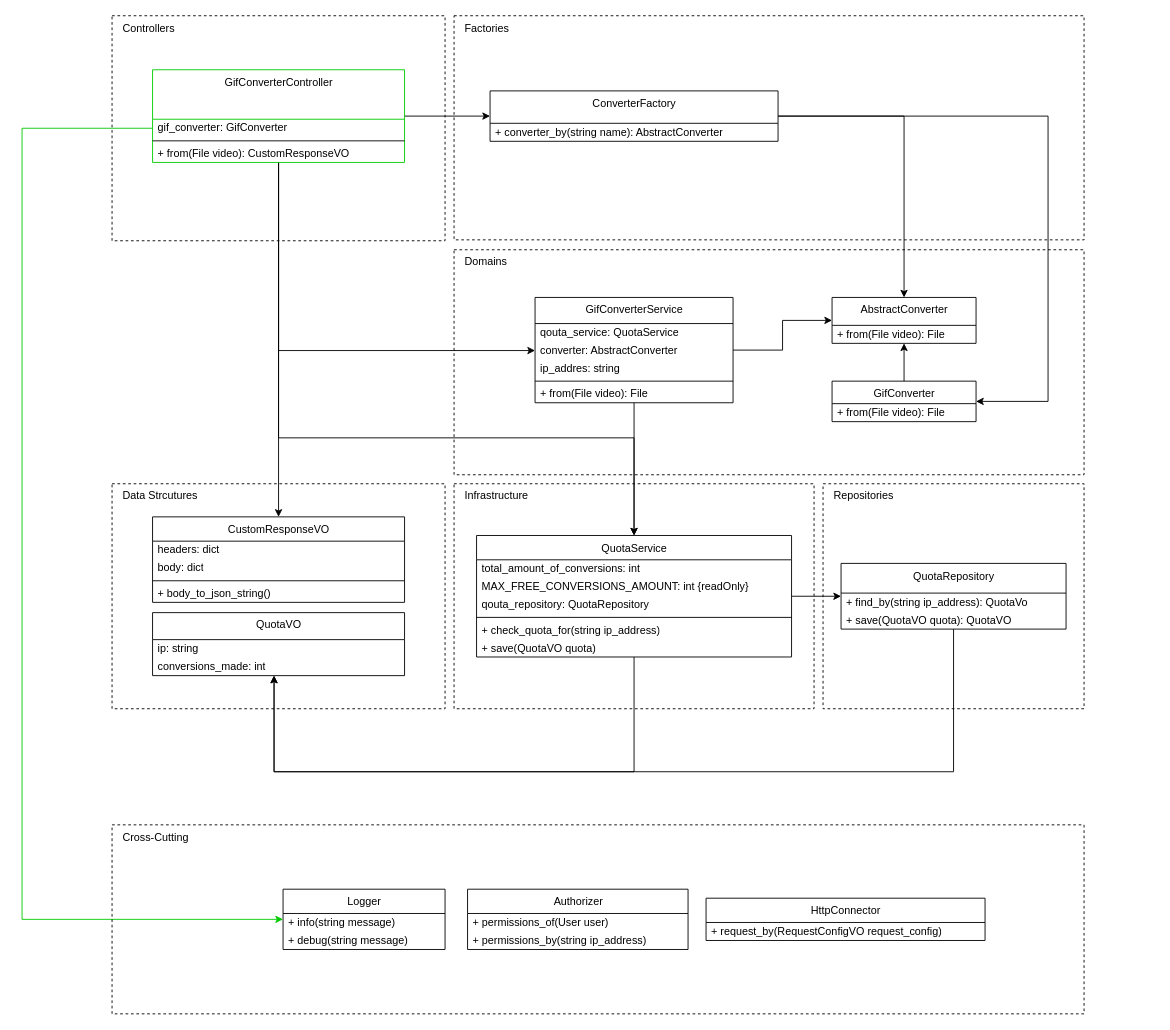
Earlier version of the draw.io diagram page "Cross-Cutting-Concerns" (6 of 6) of images/clean-code-clean-systems/SRPvsSoC.drawio (GabrielSlima/blog). Source tidied: cells renumbered, new cells numbered last; positions are measured from the earlier drawing's top-left corner, leaving out a move shared by most shapes. Both pictures are drawn from the tidied source at 90%, with x=0, y=0 at pixel (22, 15).
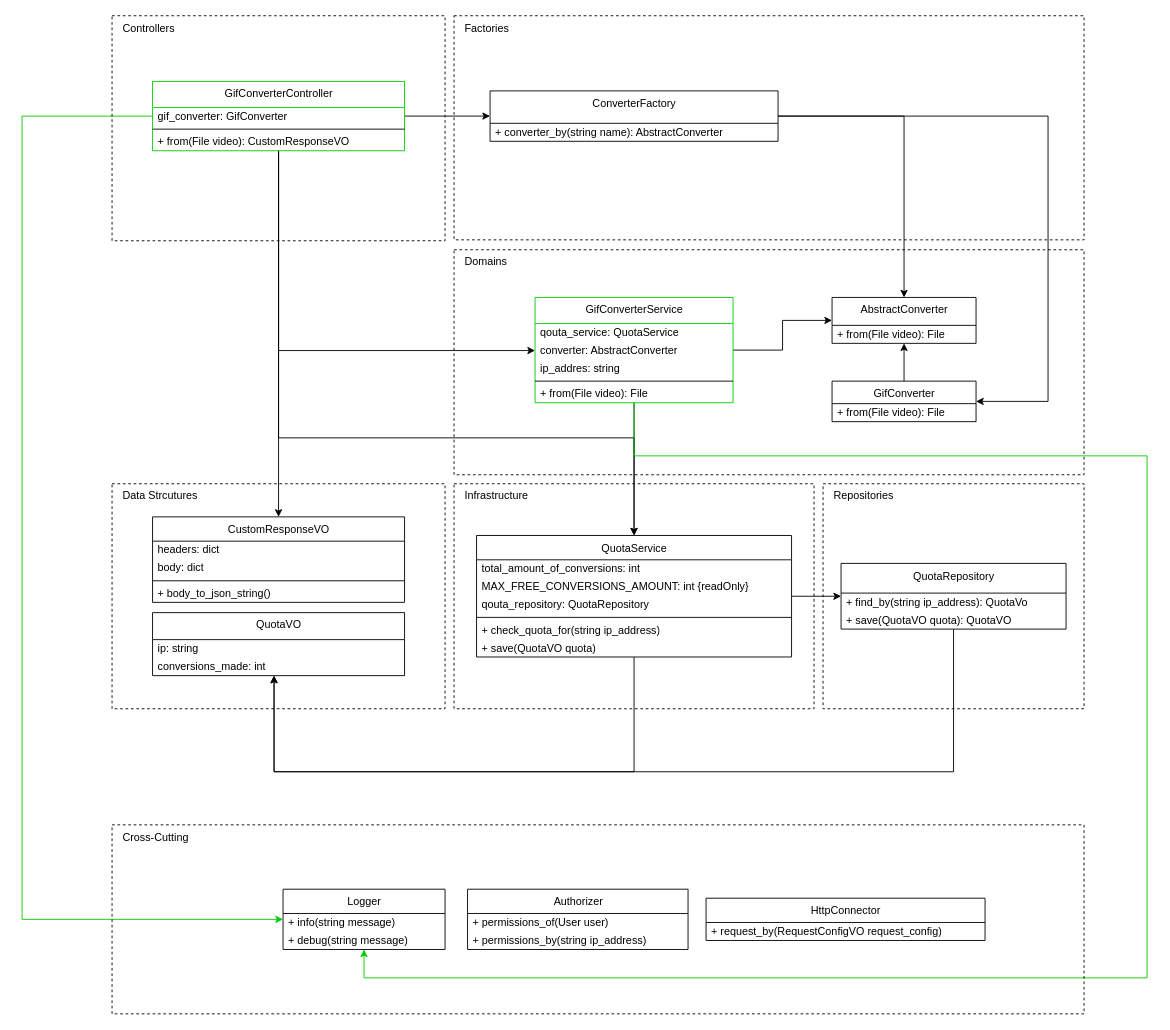
Above is the later version.

Unchanged cells that the change refers to:
```xml
<mxCell id="56" value="Logger" style="swimlane;fontStyle=0;align=center;verticalAlign=top;horizontal=1;startSize=27;html=1;fillColor=none;" parent="1" vertex="1">
  <mxGeometry x="290" y="970.5" width="180" height="67" as="geometry" />
</mxCell>
```

The edit, as a diff of the source:
```diff
@@
     <mxCell id="3" style="edgeStyle=orthogonalEdgeStyle;rounded=0;jettySize=auto;html=1;strokeColor=#00CC00;" parent="1" edge="1" source="21" target="56">
       <mxGeometry relative="1" as="geometry">
         <Array as="points">
-          <mxPoint y="125" />
+          <mxPoint y="112" />
           <mxPoint y="1004" />
         </Array>
       </mxGeometry>
     </mxCell>
@@
-    <mxCell id="21" value="GifConverterController" style="swimlane;fontStyle=0;align=center;verticalAlign=top;horizontal=1;startSize=55;html=1;fillColor=none;strokeColor=#00CC00;" parent="1" vertex="1">
-      <mxGeometry x="145" y="60" width="280" height="103" as="geometry" />
+    <mxCell id="21" value="GifConverterController" style="swimlane;fontStyle=0;align=center;verticalAlign=top;horizontal=1;startSize=29;html=1;fillColor=none;strokeColor=#00CC00;" parent="1" vertex="1">
+      <mxGeometry x="145" y="73" width="280" height="77" as="geometry" />
     </mxCell>
     <mxCell id="22" value="gif_converter: GifConverter" style="text;html=1;strokeColor=none;fillColor=none;align=left;verticalAlign=middle;spacingLeft=4;spacingRight=4;overflow=hidden;" parent="21" vertex="1">
-      <mxGeometry y="55" width="280" height="20" as="geometry" />
+      <mxGeometry y="29" width="280" height="20" as="geometry" />
     </mxCell>
     <mxCell id="23" style="line;strokeWidth=1;fillColor=none;align=left;verticalAlign=middle;spacingTop=-1;spacingLeft=3;spacingRight=3;labelPosition=right;" parent="21" vertex="1">
-      <mxGeometry y="75" width="280" height="8" as="geometry" />
+      <mxGeometry y="49" width="280" height="8" as="geometry" />
     </mxCell>
     <mxCell id="24" value="+ from(File video): CustomResponseVO" style="text;html=1;strokeColor=none;fillColor=none;align=left;verticalAlign=middle;spacingLeft=4;spacingRight=4;overflow=hidden;" parent="21" vertex="1">
-      <mxGeometry y="83" width="280" height="20" as="geometry" />
+      <mxGeometry y="57" width="280" height="20" as="geometry" />
     </mxCell>
@@
+    <mxCell id="64" style="edgeStyle=orthogonalEdgeStyle;rounded=0;jettySize=auto;html=1;strokeColor=#00CC00;" parent="1" edge="1" source="36" target="56">
+      <mxGeometry relative="1" as="geometry">
+        <Array as="points">
+          <mxPoint x="680" y="489" />
+          <mxPoint x="1250" y="489" />
+          <mxPoint x="1250" y="1069" />
+          <mxPoint x="380" y="1069" />
+        </Array>
+      </mxGeometry>
+    </mxCell>
-    <mxCell id="36" value="GifConverterService" style="swimlane;fontStyle=0;align=center;verticalAlign=top;horizontal=1;startSize=29;html=1;fillColor=none;" parent="1" vertex="1">
+    <mxCell id="36" value="GifConverterService" style="swimlane;fontStyle=0;align=center;verticalAlign=top;horizontal=1;startSize=29;html=1;fillColor=none;strokeColor=#00CC00;" parent="1" vertex="1">
       <mxGeometry x="570" y="313" width="220" height="117" as="geometry" />
     </mxCell>
```
